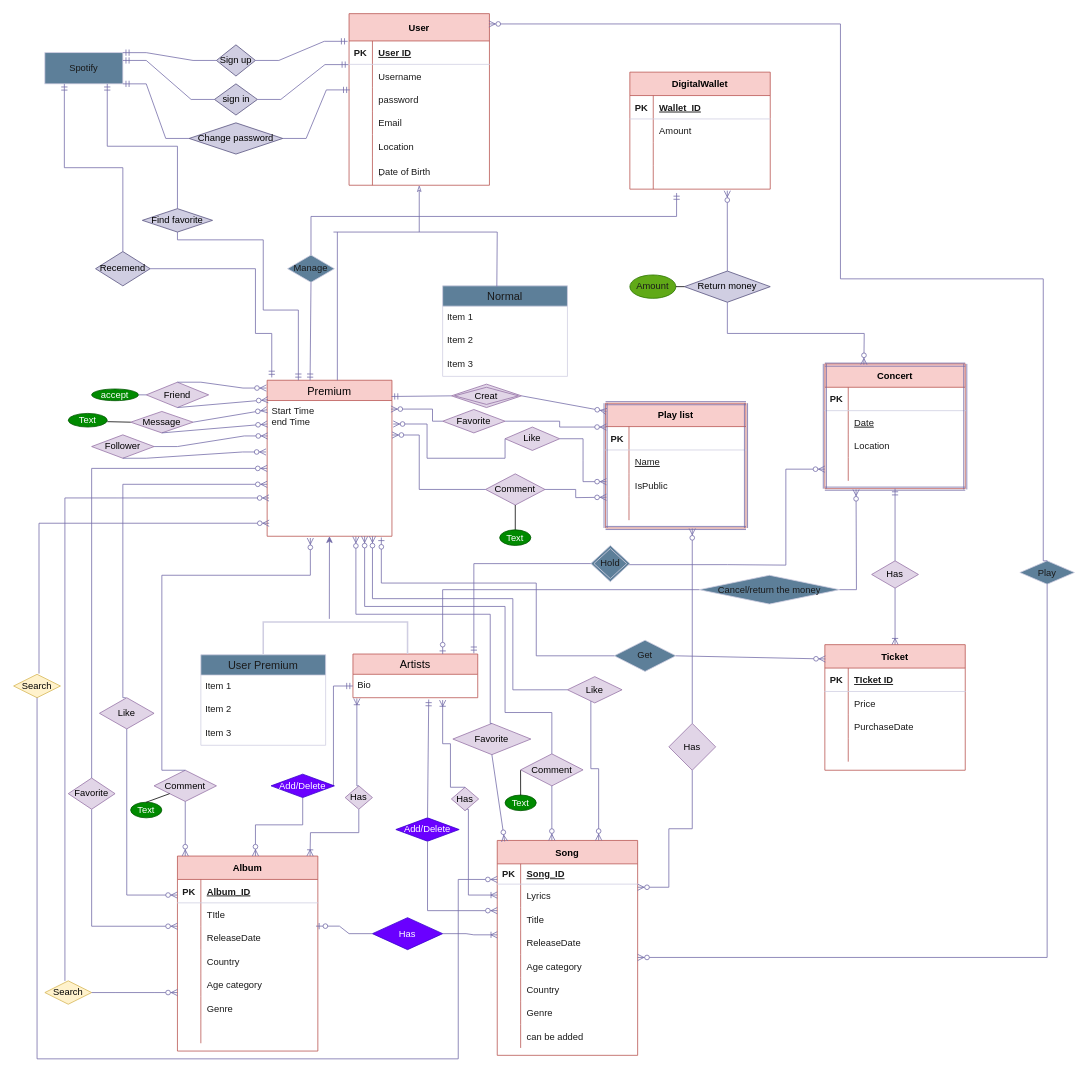
Above: DiagramProjectDB1.drawio in Mahrokh-M/Spotify (draw.io), before the change. Source tidied: cells renumbered, new cells numbered last; positions are measured from the earlier drawing's top-left corner, leaving out a move shared by most shapes. Both pictures are drawn from the tidied source at 78%, with x=0, y=0 at pixel (13, 13).
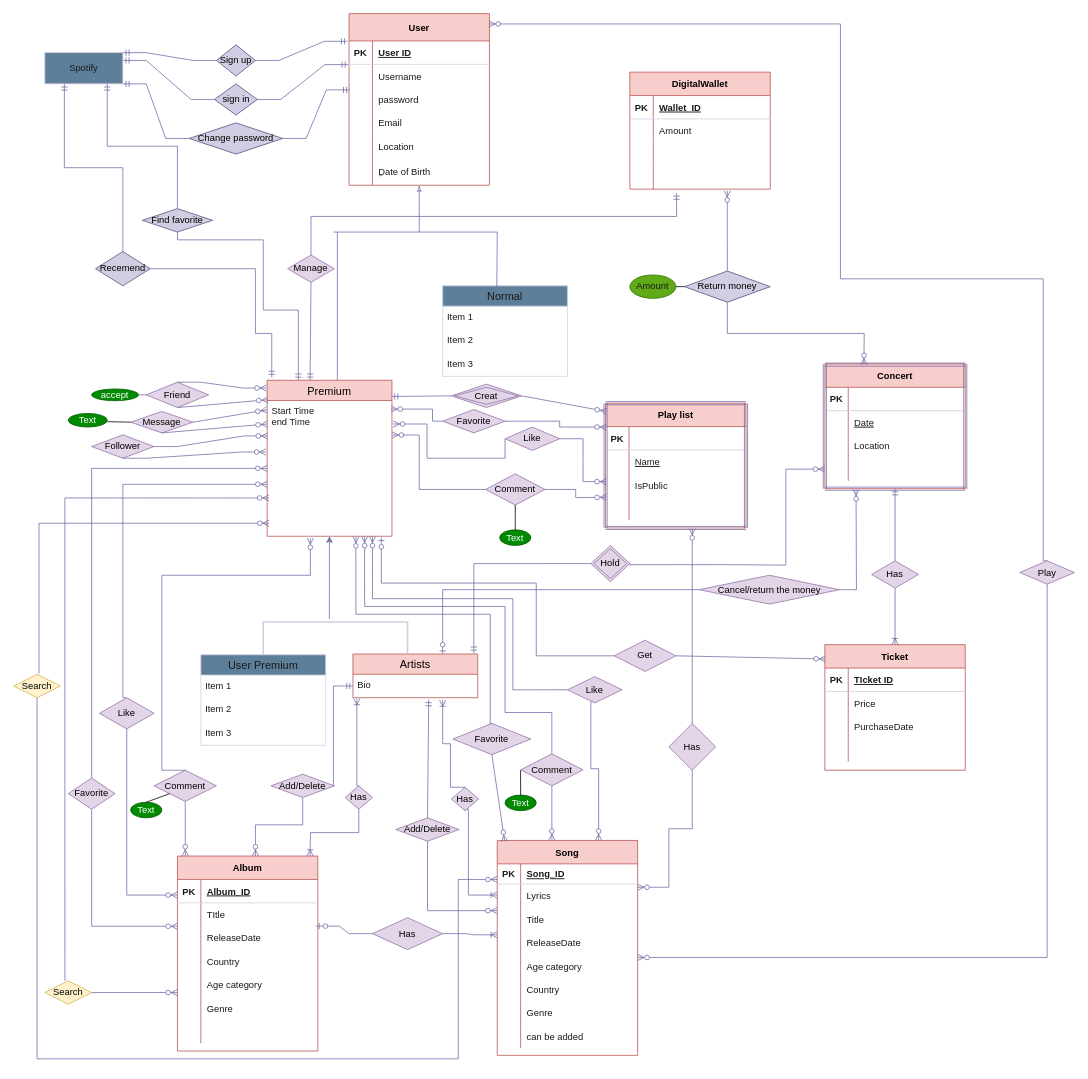
Above is the later version.

What changed in the source:
```diff
@@
-    <mxCell id="114" value="Has" style="shape=rhombus;perimeter=rhombusPerimeter;whiteSpace=wrap;html=1;align=center;labelBackgroundColor=none;fillColor=#6a00ff;strokeColor=#3700CC;fontColor=#ffffff;" parent="1" vertex="1">
+    <mxCell id="114" value="Has" style="shape=rhombus;perimeter=rhombusPerimeter;whiteSpace=wrap;html=1;align=center;labelBackgroundColor=none;fillColor=#e1d5e7;strokeColor=#9673a6;" parent="1" vertex="1">
       <mxGeometry x="460" y="1159" width="90" height="41" as="geometry" />
     </mxCell>
@@
-    <mxCell id="173" value="Play" style="shape=rhombus;perimeter=rhombusPerimeter;whiteSpace=wrap;html=1;align=center;labelBackgroundColor=none;fillColor=#5D7F99;strokeColor=#D0CEE2;fontColor=#1A1A1A;" parent="1" vertex="1">
+    <mxCell id="173" value="Play" style="shape=rhombus;perimeter=rhombusPerimeter;whiteSpace=wrap;html=1;align=center;labelBackgroundColor=none;fillColor=#e1d5e7;strokeColor=#9673a6;" parent="1" vertex="1">
       <mxGeometry x="1290" y="701.5" width="70" height="30" as="geometry" />
     </mxCell>
@@
-    <mxCell id="194" value="Get" style="shape=rhombus;perimeter=rhombusPerimeter;whiteSpace=wrap;html=1;align=center;labelBackgroundColor=none;fillColor=#5D7F99;strokeColor=#D0CEE2;fontColor=#1A1A1A;" parent="1" vertex="1">
+    <mxCell id="194" value="Get" style="shape=rhombus;perimeter=rhombusPerimeter;whiteSpace=wrap;html=1;align=center;labelBackgroundColor=none;fillColor=#e1d5e7;strokeColor=#9673a6;" parent="1" vertex="1">
       <mxGeometry x="770" y="803.3" width="79" height="40" as="geometry" />
     </mxCell>
@@
-    <mxCell id="197" value="Manage" style="shape=rhombus;perimeter=rhombusPerimeter;whiteSpace=wrap;html=1;align=center;strokeColor=#D0CEE2;labelBackgroundColor=none;fillColor=#5D7F99;fontColor=#1A1A1A;" parent="1" vertex="1">
+    <mxCell id="197" value="Manage" style="shape=rhombus;perimeter=rhombusPerimeter;whiteSpace=wrap;html=1;align=center;strokeColor=#9673a6;labelBackgroundColor=none;fillColor=#e1d5e7;" parent="1" vertex="1">
       <mxGeometry x="351.2" y="309.5" width="60" height="35" as="geometry" />
     </mxCell>
@@
-    <mxCell id="202" value="Add/Delete" style="shape=rhombus;perimeter=rhombusPerimeter;whiteSpace=wrap;html=1;align=center;labelBackgroundColor=none;fillColor=#6a00ff;strokeColor=#3700CC;fontColor=#ffffff;" parent="1" vertex="1">
+    <mxCell id="202" value="Add/Delete" style="shape=rhombus;perimeter=rhombusPerimeter;whiteSpace=wrap;html=1;align=center;labelBackgroundColor=none;fillColor=#e1d5e7;strokeColor=#9673a6;" parent="1" vertex="1">
       <mxGeometry x="490" y="1031" width="81.2" height="30" as="geometry" />
     </mxCell>
@@
-    <mxCell id="205" value="Add/Delete" style="shape=rhombus;perimeter=rhombusPerimeter;whiteSpace=wrap;html=1;align=center;labelBackgroundColor=none;fillColor=#6a00ff;strokeColor=#3700CC;fontColor=#ffffff;" parent="1" vertex="1">
+    <mxCell id="205" value="Add/Delete" style="shape=rhombus;perimeter=rhombusPerimeter;whiteSpace=wrap;html=1;align=center;labelBackgroundColor=none;fillColor=#e1d5e7;strokeColor=#9673a6;" parent="1" vertex="1">
       <mxGeometry x="330" y="975" width="81.2" height="30" as="geometry" />
     </mxCell>
@@
-    <mxCell id="226" value="Hold" style="shape=rhombus;double=1;perimeter=rhombusPerimeter;whiteSpace=wrap;html=1;align=center;strokeColor=#D0CEE2;fontColor=#1A1A1A;fillColor=#5D7F99;labelBackgroundColor=none;" parent="1" vertex="1">
+    <mxCell id="226" value="Hold" style="shape=rhombus;double=1;perimeter=rhombusPerimeter;whiteSpace=wrap;html=1;align=center;strokeColor=#9673a6;fillColor=#e1d5e7;labelBackgroundColor=none;" parent="1" vertex="1">
       <mxGeometry x="740" y="681.8" width="50" height="46.5" as="geometry" />
     </mxCell>
@@
-    <mxCell id="228" value="Cancel/return the money" style="shape=rhombus;perimeter=rhombusPerimeter;whiteSpace=wrap;html=1;align=center;strokeColor=#D0CEE2;fontColor=#1A1A1A;fillColor=#5D7F99;labelBackgroundColor=none;" parent="1" vertex="1">
+    <mxCell id="228" value="Cancel/return the money" style="shape=rhombus;perimeter=rhombusPerimeter;whiteSpace=wrap;html=1;align=center;strokeColor=#9673a6;fillColor=#e1d5e7;labelBackgroundColor=none;" parent="1" vertex="1">
       <mxGeometry x="878.9" y="720" width="180" height="37" as="geometry" />
     </mxCell>
```
